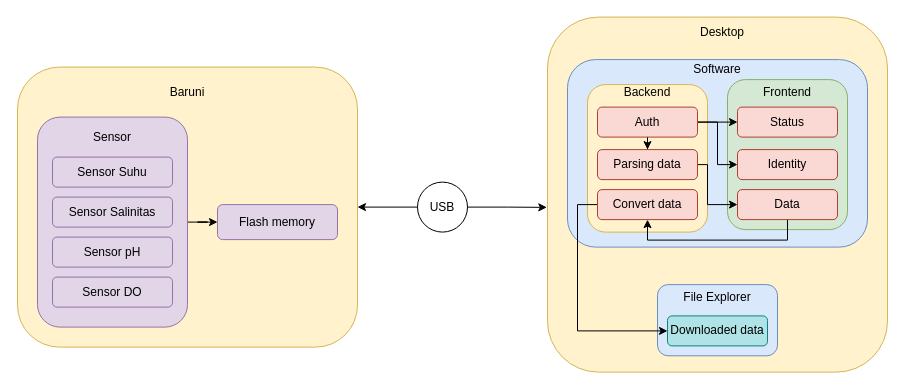
The draw.io diagram .flow/high level diagram.drawio in frostdev03/SerialTo, before the edit. Source tidied: cells renumbered, new cells numbered last; positions are measured from the earlier drawing's top-left corner, leaving out a move shared by most shapes. Both pictures are drawn from the tidied source at 100%, with x=0, y=0 at pixel (17, 17).
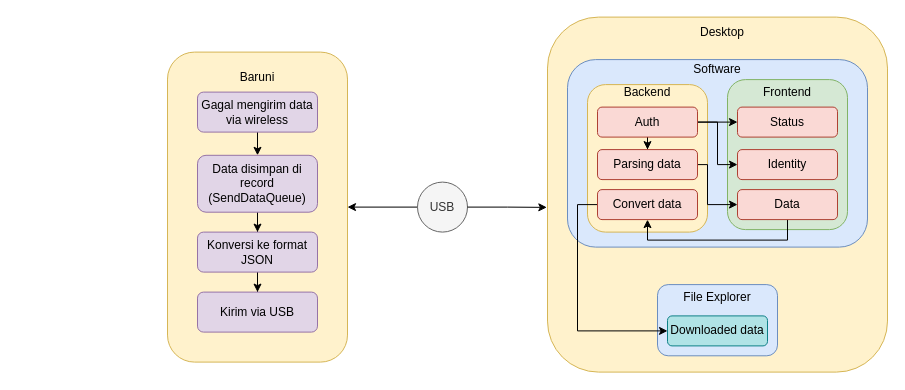
The same page after the edit.

The edit, as a diff of the source:
```diff
@@
     <mxCell id="3" style="rounded=1;whiteSpace=wrap;html=1;fillColor=#fff2cc;strokeColor=#d6b656;" parent="1" vertex="1">
-      <mxGeometry y="49.6" width="340" height="280" as="geometry" />
+      <mxGeometry x="150" y="34.6" width="180" height="310" as="geometry" />
     </mxCell>
-    <mxCell id="4" style="edgeStyle=orthogonalEdgeStyle;rounded=0;jettySize=auto;html=1;" parent="1" edge="1" source="5" target="11">
-      <mxGeometry relative="1" as="geometry" />
-    </mxCell>
-    <mxCell id="5" style="rounded=1;whiteSpace=wrap;html=1;fillColor=#e1d5e7;strokeColor=#9673a6;" parent="1" vertex="1">
-      <mxGeometry x="20" y="99.6" width="150" height="210" as="geometry" />
-    </mxCell>
-    <mxCell id="6" value="Sensor Suhu" style="rounded=1;whiteSpace=wrap;html=1;fillColor=#e1d5e7;strokeColor=#9673a6;" parent="1" vertex="1">
-      <mxGeometry x="35" y="139.6" width="120" height="30" as="geometry" />
-    </mxCell>
-    <mxCell id="7" value="Sensor DO" style="rounded=1;whiteSpace=wrap;html=1;fillColor=#e1d5e7;strokeColor=#9673a6;" parent="1" vertex="1">
-      <mxGeometry x="35" y="259.6" width="120" height="30" as="geometry" />
-    </mxCell>
-    <mxCell id="8" value="Sensor pH" style="rounded=1;whiteSpace=wrap;html=1;fillColor=#e1d5e7;strokeColor=#9673a6;" parent="1" vertex="1">
-      <mxGeometry x="35" y="219.6" width="120" height="30" as="geometry" />
-    </mxCell>
-    <mxCell id="9" value="Sensor Salinitas" style="rounded=1;whiteSpace=wrap;html=1;fillColor=#e1d5e7;strokeColor=#9673a6;" parent="1" vertex="1">
-      <mxGeometry x="35" y="179.6" width="120" height="30" as="geometry" />
-    </mxCell>
-    <mxCell id="10" value="Sensor" style="text;html=1;align=center;verticalAlign=middle;whiteSpace=wrap;rounded=0;" parent="1" vertex="1">
-      <mxGeometry x="65" y="104.6" width="60" height="30" as="geometry" />
-    </mxCell>
-    <mxCell id="11" value="Flash memory" style="rounded=1;whiteSpace=wrap;html=1;fillColor=#e1d5e7;strokeColor=#9673a6;" parent="1" vertex="1">
-      <mxGeometry x="200" y="187.1" width="120" height="35" as="geometry" />
-    </mxCell>
@@
-    <mxCell id="13" value="USB" style="ellipse;whiteSpace=wrap;html=1;" parent="1" vertex="1">
+    <mxCell id="13" value="USB" style="ellipse;whiteSpace=wrap;html=1;fillColor=#f5f5f5;fontColor=#333333;strokeColor=#666666;" parent="1" vertex="1">
       <mxGeometry x="400" y="164.6" width="50" height="50" as="geometry" />
     </mxCell>
     <mxCell id="14" value="Baruni" style="text;html=1;align=center;verticalAlign=middle;whiteSpace=wrap;rounded=0;" parent="1" vertex="1">
-      <mxGeometry x="140" y="59.6" width="60" height="30" as="geometry" />
+      <mxGeometry x="210" y="44.6" width="60" height="30" as="geometry" />
     </mxCell>
@@
+    <mxCell id="38" style="edgeStyle=orthogonalEdgeStyle;rounded=0;jettySize=auto;html=1;" parent="1" edge="1" source="39" target="41">
+      <mxGeometry relative="1" as="geometry" />
+    </mxCell>
+    <mxCell id="39" value="Gagal mengirim data via wireless" style="rounded=1;whiteSpace=wrap;html=1;fillColor=#e1d5e7;strokeColor=#9673a6;" parent="1" vertex="1">
+      <mxGeometry x="180" y="74.6" width="120" height="40" as="geometry" />
+    </mxCell>
+    <mxCell id="40" style="edgeStyle=orthogonalEdgeStyle;rounded=0;jettySize=auto;html=1;entryX=0.5;entryY=0;entryDx=0;entryDy=0;" parent="1" edge="1" source="41" target="43">
+      <mxGeometry relative="1" as="geometry" />
+    </mxCell>
+    <mxCell id="41" value="Data disimpan di record (SendDataQueue)" style="rounded=1;whiteSpace=wrap;html=1;fillColor=#e1d5e7;strokeColor=#9673a6;" parent="1" vertex="1">
+      <mxGeometry x="180" y="137.8" width="120" height="56.9" as="geometry" />
+    </mxCell>
+    <mxCell id="42" style="edgeStyle=orthogonalEdgeStyle;rounded=0;jettySize=auto;html=1;entryX=0.5;entryY=0;entryDx=0;entryDy=0;" parent="1" edge="1" source="43" target="44">
+      <mxGeometry relative="1" as="geometry" />
+    </mxCell>
+    <mxCell id="43" value="Konversi ke format JSON" style="rounded=1;whiteSpace=wrap;html=1;fillColor=#e1d5e7;strokeColor=#9673a6;" parent="1" vertex="1">
+      <mxGeometry x="180" y="214.6" width="120" height="40" as="geometry" />
+    </mxCell>
+    <mxCell id="44" value="Kirim via USB" style="rounded=1;whiteSpace=wrap;html=1;fillColor=#e1d5e7;strokeColor=#9673a6;" parent="1" vertex="1">
+      <mxGeometry x="180" y="274.6" width="120" height="40" as="geometry" />
+    </mxCell>
```
